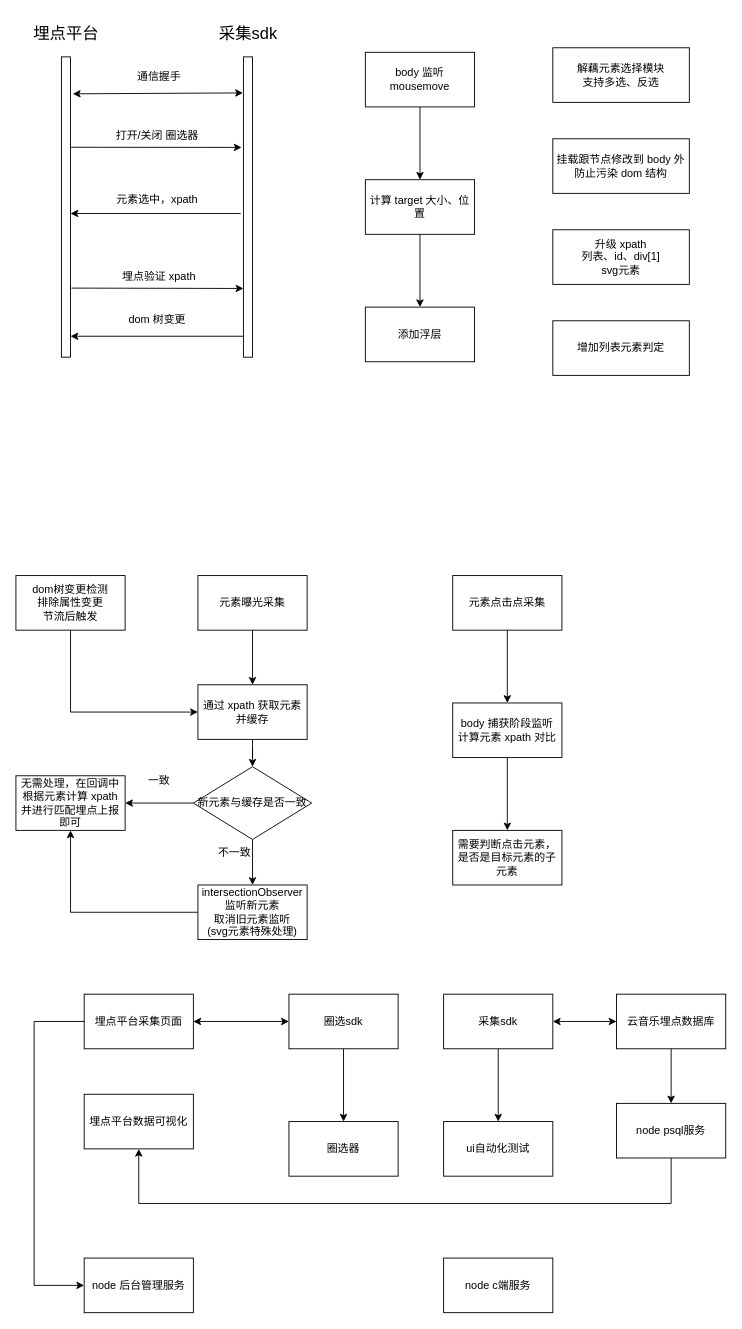
Before: 未命名绘图.drawio in yuzai/-, a draw.io diagram. Source tidied: cells renumbered, new cells numbered last; positions are measured from the earlier drawing's top-left corner, leaving out a move shared by most shapes. Both pictures are drawn from the tidied source at 91%, with x=0, y=0 at pixel (15, 15).
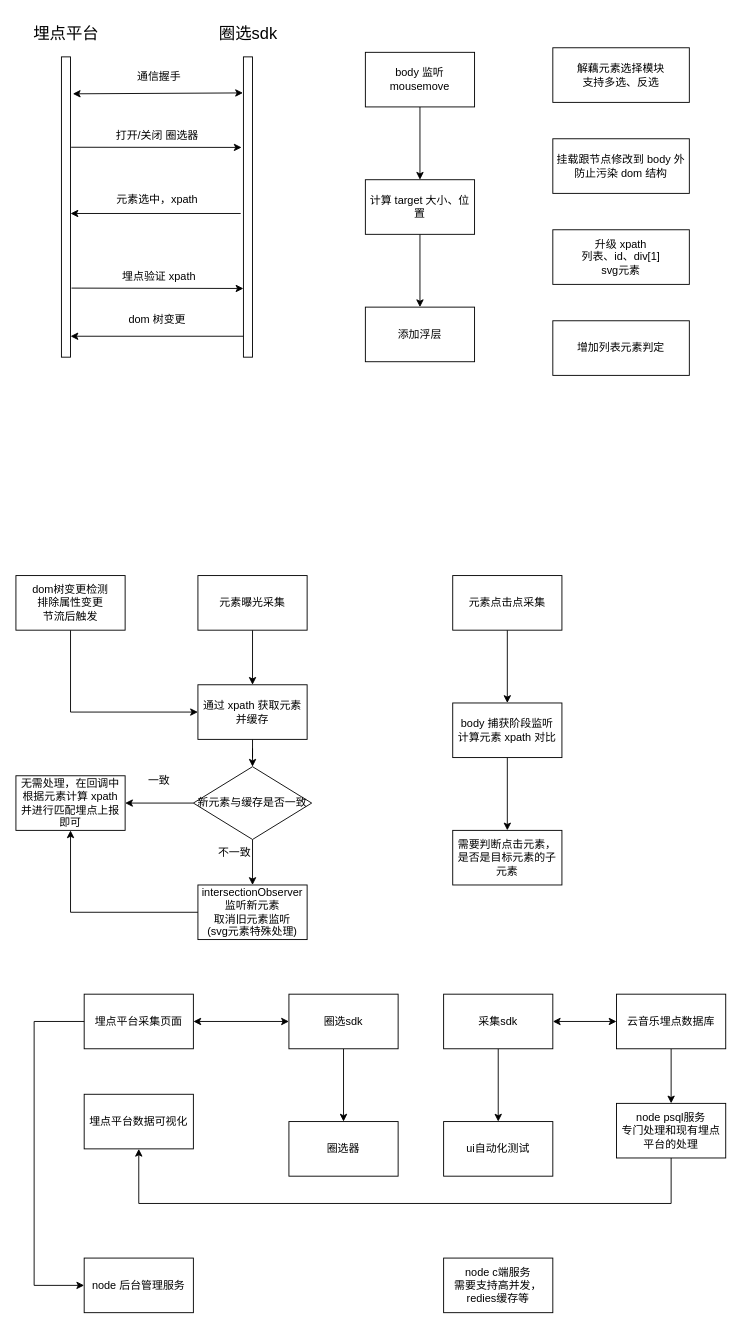
The same page after the edit.

Commit message:
更新未命名绘图.drawio

The edit, as a diff of the source:
```diff
@@
-    <mxCell id="5" value="采集sdk" style="text;html=1;align=center;verticalAlign=middle;strokeColor=none;fillColor=none;fontSize=18;" parent="1" vertex="1">
+    <mxCell id="5" value="圈选sdk" style="text;html=1;align=center;verticalAlign=middle;strokeColor=none;fillColor=none;fontSize=18;" parent="1" vertex="1">
       <mxGeometry x="210" width="90" height="40" as="geometry" />
     </mxCell>
@@
-    <mxCell id="57" value="node psql服务" style="rounded=0;whiteSpace=wrap;html=1;" parent="1" vertex="1">
+    <mxCell id="57" value="node psql服务&lt;br&gt;专门处理和现有埋点平台的处理" style="rounded=0;whiteSpace=wrap;html=1;" parent="1" vertex="1">
       <mxGeometry x="660" y="1195" width="120" height="60" as="geometry" />
     </mxCell>
@@
-    <mxCell id="60" value="node c端服务" style="rounded=0;whiteSpace=wrap;html=1;" parent="1" vertex="1">
+    <mxCell id="60" value="node c端服务&lt;br&gt;需要支持高并发，redies缓存等" style="rounded=0;whiteSpace=wrap;html=1;" parent="1" vertex="1">
       <mxGeometry x="470" y="1365" width="120" height="60" as="geometry" />
     </mxCell>
```
